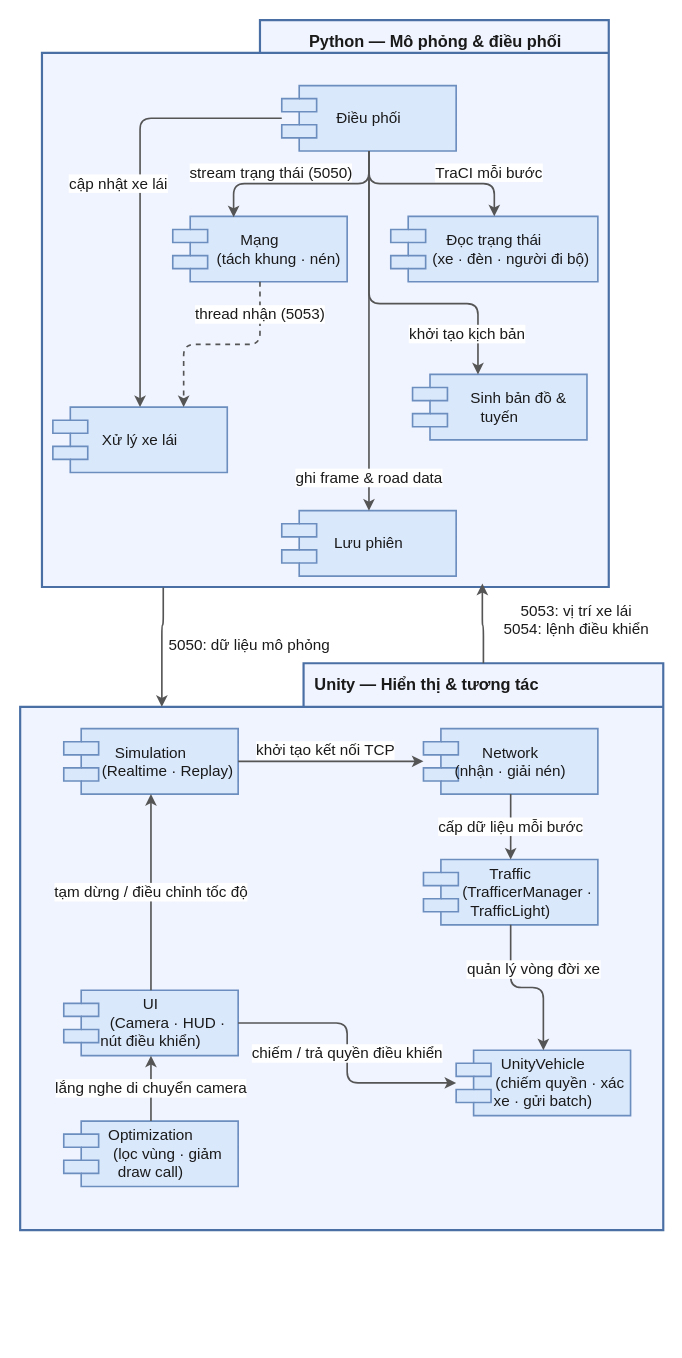
The draw.io diagram DiagramsCode/hinh4.1.2-so-do-goi-module.drawio in MinhHoang137/SUMO-GR1, before the edit. Source tidied: cells renumbered, new cells numbered last; positions are measured from the earlier drawing's top-left corner, leaving out a move shared by most shapes. Both pictures are drawn from the tidied source at 109%, with x=0, y=0 at pixel (20, 20).
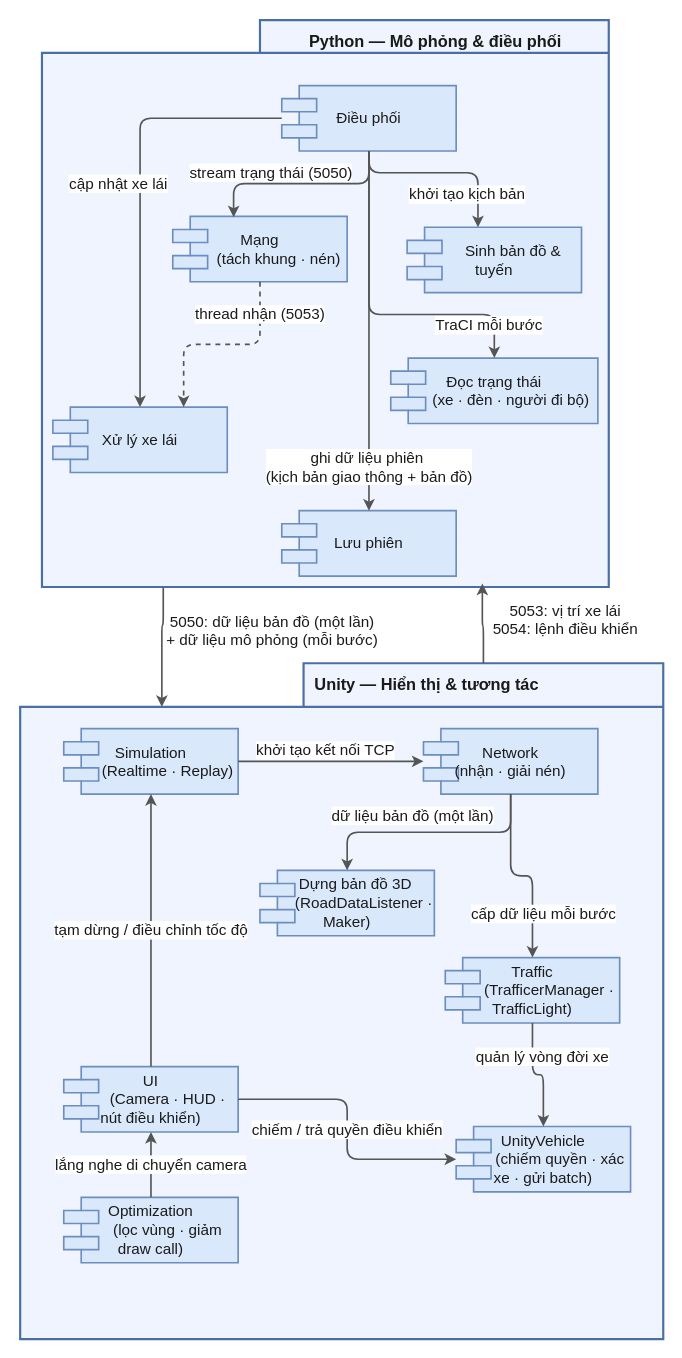
The same diagram, later.

Unchanged cells that the change refers to:
```xml
<mxCell id="2" value="&amp;nbsp; &amp;nbsp; &amp;nbsp; &amp;nbsp; &amp;nbsp; &amp;nbsp; &amp;nbsp; &amp;nbsp; &amp;nbsp; &amp;nbsp; &amp;nbsp; &amp;nbsp; &amp;nbsp; &amp;nbsp; &amp;nbsp; &amp;nbsp; &amp;nbsp; &amp;nbsp; &amp;nbsp; &amp;nbsp; &amp;nbsp; &amp;nbsp; &amp;nbsp; &amp;nbsp; &amp;nbsp; &amp;nbsp; &amp;nbsp; &amp;nbsp; Python — Mô phỏng &amp;amp; điều phối" style="shape=folder;whiteSpace=wrap;html=1;fillColor=#f0f4ff;strokeColor=#4a6fa5;strokeWidth=2;fontColor=#1a1a1a;fontStyle=1;fontSize=15;fontFamily=Arial;tabWidth=320;tabHeight=30;align=left;verticalAlign=top;spacingLeft=10;spacingTop=4;" parent="1" vertex="1">
  <mxGeometry x="20" width="520" height="520" as="geometry" />
</mxCell>
<mxCell id="3" value="Điều phối" style="shape=component;align=center;verticalAlign=middle;spacingLeft=0;whiteSpace=wrap;html=1;fillColor=#dae8fc;strokeColor=#6c8ebf;strokeWidth=1.5;fontColor=#1a1a1a;fontFamily=Arial;fontSize=14;" parent="1" vertex="1">
  <mxGeometry x="240" y="60" width="160" height="60" as="geometry" />
</mxCell>
<mxCell id="8" value="Lưu phiên" style="shape=component;align=center;verticalAlign=middle;spacingLeft=0;whiteSpace=wrap;html=1;fillColor=#dae8fc;strokeColor=#6c8ebf;strokeWidth=1.5;fontColor=#1a1a1a;fontFamily=Arial;fontSize=14;" parent="1" vertex="1">
  <mxGeometry x="240" y="450" width="160" height="60" as="geometry" />
</mxCell>
<mxCell id="17" value="Network&lt;br&gt;(nhận · giải nén)" style="shape=component;align=center;verticalAlign=middle;spacingLeft=0;whiteSpace=wrap;html=1;fillColor=#dae8fc;strokeColor=#6c8ebf;strokeWidth=1.5;fontColor=#1a1a1a;fontFamily=Arial;fontSize=14;" parent="1" vertex="1">
  <mxGeometry x="370" y="650" width="160" height="60" as="geometry" />
</mxCell>
```

What changed in the source:
```diff
@@
     <mxCell id="5" value="Đọc trạng thái&lt;br&gt;&amp;nbsp; &amp;nbsp; &amp;nbsp; &amp;nbsp; (xe · đèn · người đi bộ)" style="shape=component;align=center;verticalAlign=middle;spacingLeft=0;whiteSpace=wrap;html=1;fillColor=#dae8fc;strokeColor=#6c8ebf;strokeWidth=1.5;fontColor=#1a1a1a;fontFamily=Arial;fontSize=14;" parent="1" vertex="1">
-      <mxGeometry x="340" y="180" width="190" height="60" as="geometry" />
+      <mxGeometry x="340" y="310" width="190" height="60" as="geometry" />
     </mxCell>
@@
     <mxCell id="7" value="&amp;nbsp; &amp;nbsp; &amp;nbsp; &amp;nbsp; &amp;nbsp;Sinh bản đồ &amp;amp; tuyến" style="shape=component;align=center;verticalAlign=middle;spacingLeft=0;whiteSpace=wrap;html=1;fillColor=#dae8fc;strokeColor=#6c8ebf;strokeWidth=1.5;fontColor=#1a1a1a;fontFamily=Arial;fontSize=14;" parent="1" vertex="1">
-      <mxGeometry x="360" y="325" width="160" height="60" as="geometry" />
+      <mxGeometry x="355" y="190" width="160" height="60" as="geometry" />
     </mxCell>
@@
     <mxCell id="10" value="TraCI mỗi bước" style="edgeStyle=orthogonalEdgeStyle;rounded=1;html=1;strokeColor=#555555;strokeWidth=1.5;fontFamily=Arial;fontSize=14;fontColor=#1a1a1a;" parent="1" edge="1" source="3" target="5">
-      <mxGeometry x="0.6" y="10" relative="1" as="geometry" />
+      <mxGeometry x="0.8" y="-5" relative="1" as="geometry">
+        <Array as="points">
+          <mxPoint x="320" y="270" />
+          <mxPoint x="435" y="270" />
+        </Array>
+      </mxGeometry>
     </mxCell>
@@
     <mxCell id="12" value="khởi tạo kịch bản" style="edgeStyle=orthogonalEdgeStyle;rounded=1;html=1;strokeColor=#555555;strokeWidth=1.5;fontFamily=Arial;fontSize=14;fontColor=#1a1a1a;" parent="1" edge="1" source="3" target="7">
-      <mxGeometry x="0.76" y="-10" relative="1" as="geometry">
+      <mxGeometry x="0.65" y="-10" relative="1" as="geometry">
         <Array as="points">
-          <mxPoint x="320" y="260" />
-          <mxPoint x="420" y="260" />
+          <mxPoint x="320" y="140" />
+          <mxPoint x="420" y="140" />
         </Array>
       </mxGeometry>
     </mxCell>
-    <mxCell id="13" value="ghi frame &amp;amp; road data" style="edgeStyle=orthogonalEdgeStyle;rounded=1;html=1;strokeColor=#555555;strokeWidth=1.5;fontFamily=Arial;fontSize=14;fontColor=#1a1a1a;" parent="1" edge="1" source="3" target="8">
-      <mxGeometry x="0.82" relative="1" as="geometry" />
+    <mxCell id="13" value="ghi dữ liệu phiên&amp;nbsp;&lt;br&gt;(kịch bản giao thông + bản đồ)" style="edgeStyle=orthogonalEdgeStyle;rounded=1;html=1;strokeColor=#555555;strokeWidth=1.5;fontFamily=Arial;fontSize=14;fontColor=#1a1a1a;" parent="1" edge="1" source="3" target="8">
+      <mxGeometry x="0.76" relative="1" as="geometry" />
     </mxCell>
@@
     <mxCell id="15" value="&amp;nbsp; &amp;nbsp; &amp;nbsp; &amp;nbsp; &amp;nbsp; &amp;nbsp; &amp;nbsp; &amp;nbsp; &amp;nbsp; &amp;nbsp; &amp;nbsp; &amp;nbsp; &amp;nbsp; &amp;nbsp; &amp;nbsp; &amp;nbsp; &amp;nbsp; &amp;nbsp; &amp;nbsp; &amp;nbsp; &amp;nbsp; &amp;nbsp; &amp;nbsp; &amp;nbsp; &amp;nbsp; &amp;nbsp; &amp;nbsp; &amp;nbsp; &amp;nbsp; &amp;nbsp; &amp;nbsp; Unity — Hiển thị &amp;amp; tương tác" style="shape=folder;whiteSpace=wrap;html=1;fillColor=#f0f4ff;strokeColor=#4a6fa5;strokeWidth=2;fontColor=#1a1a1a;fontStyle=1;fontSize=15;fontFamily=Arial;tabWidth=330;tabHeight=40;align=left;verticalAlign=top;spacingLeft=10;spacingTop=4;" parent="1" vertex="1">
-      <mxGeometry y="590" width="590" height="520" as="geometry" />
+      <mxGeometry y="590" width="590" height="620" as="geometry" />
     </mxCell>
@@
     <mxCell id="18" value="Traffic&lt;br&gt;&amp;nbsp; &amp;nbsp; &amp;nbsp; &amp;nbsp; (TrafficerManager · TrafficLight)" style="shape=component;align=center;verticalAlign=middle;spacingLeft=0;whiteSpace=wrap;html=1;fillColor=#dae8fc;strokeColor=#6c8ebf;strokeWidth=1.5;fontColor=#1a1a1a;fontFamily=Arial;fontSize=14;" parent="1" vertex="1">
-      <mxGeometry x="370" y="770" width="160" height="60" as="geometry" />
+      <mxGeometry x="390" y="860" width="160" height="60" as="geometry" />
     </mxCell>
     <mxCell id="19" value="UnityVehicle&lt;br&gt;&amp;nbsp; &amp;nbsp; &amp;nbsp; &amp;nbsp; (chiếm quyền · xác xe · gửi batch)" style="shape=component;align=center;verticalAlign=middle;spacingLeft=0;whiteSpace=wrap;html=1;fillColor=#dae8fc;strokeColor=#6c8ebf;strokeWidth=1.5;fontColor=#1a1a1a;fontFamily=Arial;fontSize=14;" parent="1" vertex="1">
-      <mxGeometry x="400" y="945" width="160" height="60" as="geometry" />
+      <mxGeometry x="400" y="1015" width="160" height="60" as="geometry" />
     </mxCell>
     <mxCell id="20" value="UI&lt;br&gt;&amp;nbsp; &amp;nbsp; &amp;nbsp; &amp;nbsp; (Camera · HUD · nút điều khiển)" style="shape=component;align=center;verticalAlign=middle;spacingLeft=0;whiteSpace=wrap;html=1;fillColor=#dae8fc;strokeColor=#6c8ebf;strokeWidth=1.5;fontColor=#1a1a1a;fontFamily=Arial;fontSize=14;" parent="1" vertex="1">
-      <mxGeometry x="40" y="890" width="160" height="60" as="geometry" />
+      <mxGeometry x="40" y="960" width="160" height="60" as="geometry" />
     </mxCell>
     <mxCell id="21" value="Optimization&lt;br&gt;&amp;nbsp; &amp;nbsp; &amp;nbsp; &amp;nbsp; (lọc vùng · giảm draw call)" style="shape=component;align=center;verticalAlign=middle;spacingLeft=0;whiteSpace=wrap;html=1;fillColor=#dae8fc;strokeColor=#6c8ebf;strokeWidth=1.5;fontColor=#1a1a1a;fontFamily=Arial;fontSize=14;" parent="1" vertex="1">
-      <mxGeometry x="40" y="1010" width="160" height="60" as="geometry" />
+      <mxGeometry x="40" y="1080" width="160" height="60" as="geometry" />
     </mxCell>
+    <mxCell id="30" value="&amp;nbsp; &amp;nbsp; Dựng bản đồ 3D&lt;br&gt;&amp;nbsp; &amp;nbsp; &amp;nbsp; &amp;nbsp; (RoadDataListener · Maker)" style="shape=component;align=center;verticalAlign=middle;spacingLeft=0;whiteSpace=wrap;html=1;fillColor=#dae8fc;strokeColor=#6c8ebf;strokeWidth=1.5;fontColor=#1a1a1a;fontFamily=Arial;fontSize=14;" parent="1" vertex="1">
+      <mxGeometry x="220" y="780" width="160" height="60" as="geometry" />
+    </mxCell>
+    <mxCell id="31" value="dữ liệu bản đồ (một lần)" style="edgeStyle=orthogonalEdgeStyle;rounded=1;html=1;strokeColor=#555555;strokeWidth=1.5;fontFamily=Arial;fontSize=14;fontColor=#1a1a1a;" parent="1" edge="1" source="17" target="30">
+      <mxGeometry x="0.14" y="-15" relative="1" as="geometry" />
+    </mxCell>
@@
     <mxCell id="23" value="cấp dữ liệu mỗi bước" style="edgeStyle=orthogonalEdgeStyle;rounded=1;html=1;strokeColor=#555555;strokeWidth=1.5;fontFamily=Arial;fontSize=14;fontColor=#1a1a1a;" parent="1" edge="1" source="17" target="18">
-      <mxGeometry relative="1" as="geometry" />
+      <mxGeometry x="0.53" y="10" relative="1" as="geometry" />
     </mxCell>
@@
-    <mxCell id="28" value="5050: dữ liệu mô phỏng" style="edgeStyle=orthogonalEdgeStyle;rounded=1;html=1;strokeColor=#555555;strokeWidth=1.5;fontFamily=Arial;fontSize=14;fontColor=#1a1a1a;exitX=0.214;exitY=1.001;entryX=0;entryY=0;exitDx=0;exitDy=0;exitPerimeter=0;entryDx=130;entryDy=40;entryPerimeter=0;" parent="1" edge="1" source="2" target="15">
-      <mxGeometry x="-0.03" y="80" relative="1" as="geometry" />
+    <mxCell id="28" value="5050: dữ liệu bản đồ (một lần)&lt;br&gt;+ dữ liệu mô phỏng (mỗi bước)" style="edgeStyle=orthogonalEdgeStyle;rounded=1;html=1;strokeColor=#555555;strokeWidth=1.5;fontFamily=Arial;fontSize=14;fontColor=#1a1a1a;exitX=0.214;exitY=1.001;entryX=0;entryY=0;exitDx=0;exitDy=0;exitPerimeter=0;entryDx=130;entryDy=40;entryPerimeter=0;" parent="1" edge="1" source="2" target="15">
+      <mxGeometry x="-0.38" y="99" relative="1" as="geometry">
+        <mxPoint x="99" y="-94" as="offset" />
+      </mxGeometry>
     </mxCell>
     <mxCell id="29" value="5053: vị trí xe lái&lt;br&gt;5054: lệnh điều khiển" style="edgeStyle=orthogonalEdgeStyle;rounded=1;html=1;strokeColor=#555555;strokeWidth=1.5;fontFamily=Arial;fontSize=14;fontColor=#1a1a1a;exitX=0;exitY=0;exitDx=425;exitDy=0;exitPerimeter=0;entryX=0.777;entryY=0.994;entryDx=0;entryDy=0;entryPerimeter=0;" parent="1" edge="1" source="15" target="2">
-      <mxGeometry x="-0.03" y="-85" relative="1" as="geometry">
-        <mxPoint x="1" y="-5" as="offset" />
+      <mxGeometry x="-0.06" y="-75" relative="1" as="geometry">
+        <mxPoint x="75" y="70" as="offset" />
       </mxGeometry>
     </mxCell>
```
